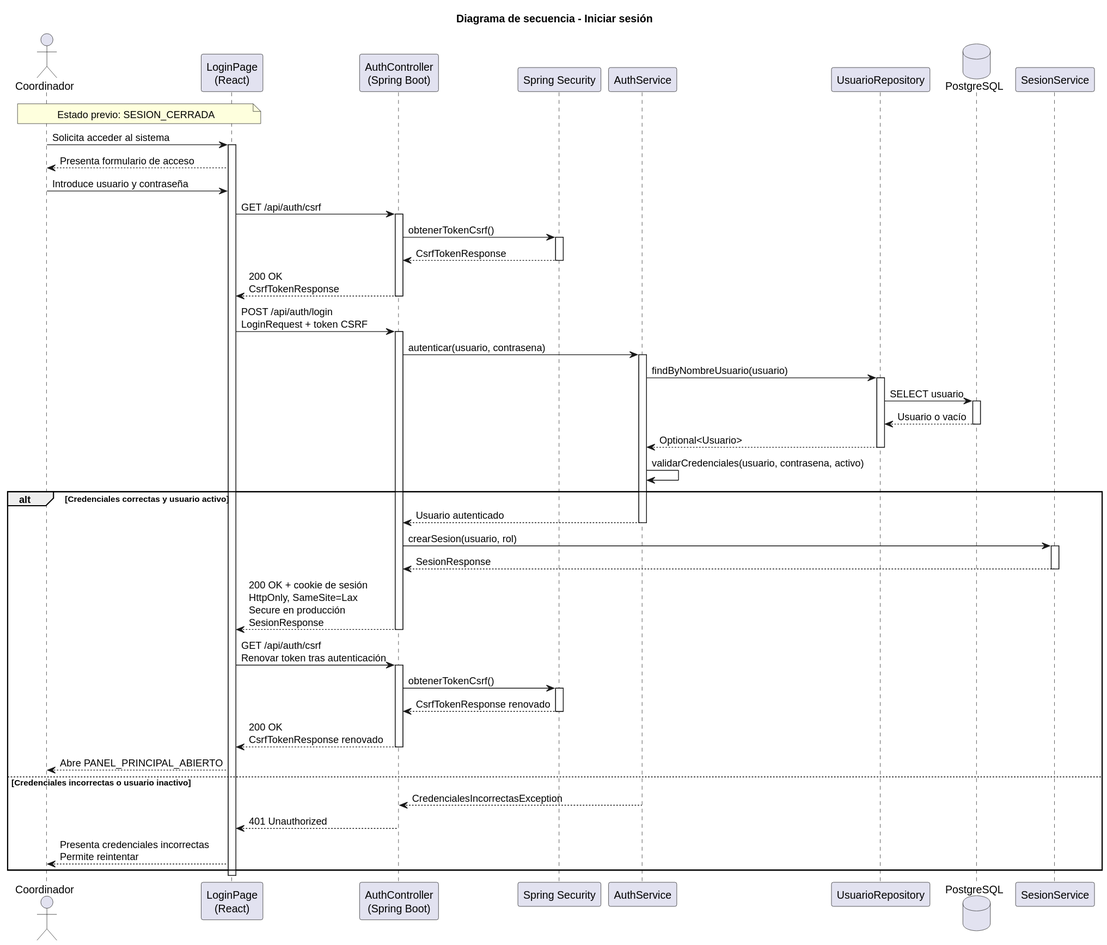
Above: images/RUP/02-diseño/casos-uso/coordinador/iniciarSesion/secuencia.svg in beatriizorozco/25-26-idsw2-sdVC (PlantUML), before the change.
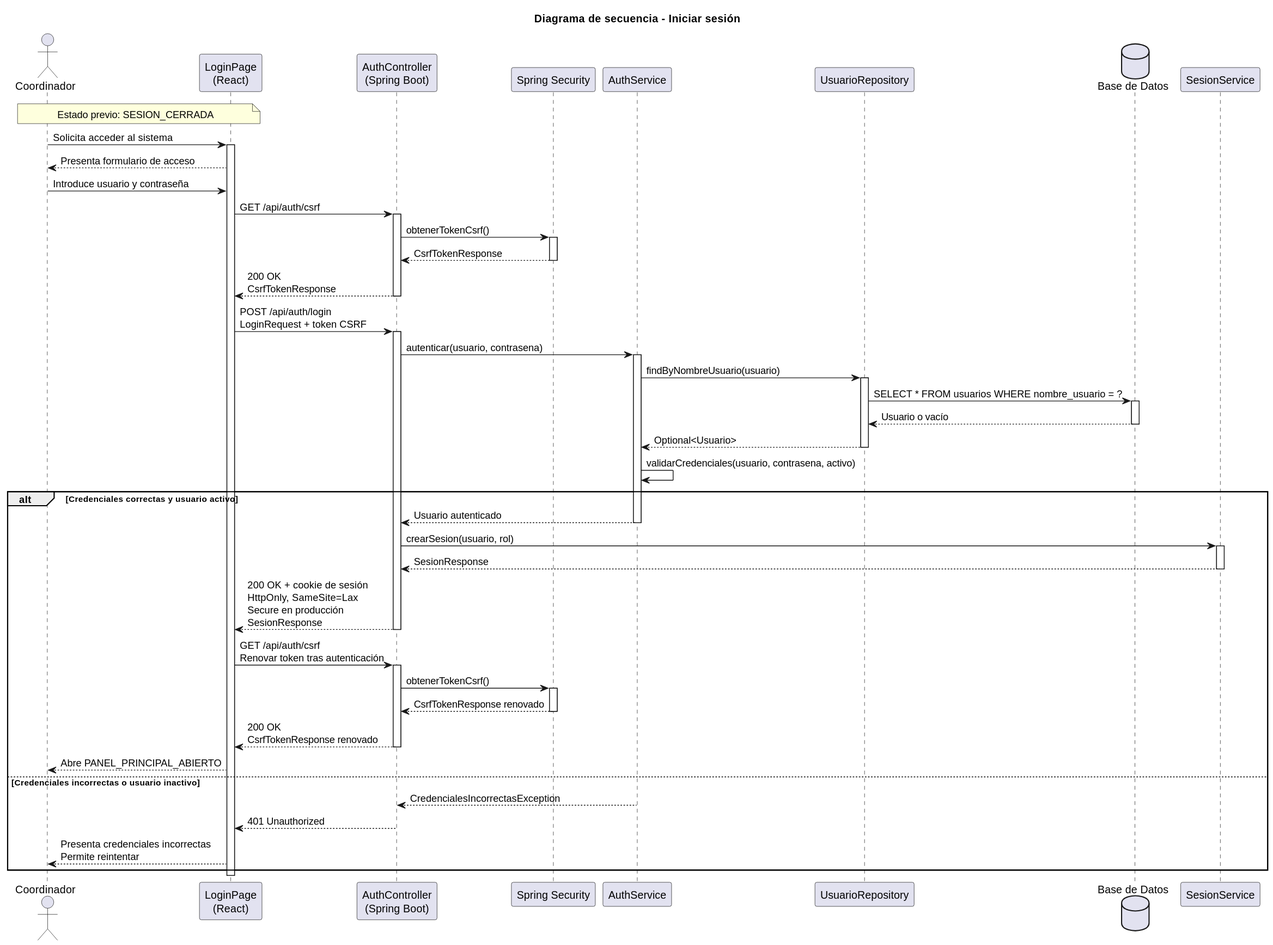
After the commit.

Diff of the diagram source:
```diff
@@ -7,7 +7,7 @@
 participant "Spring Security" as Security
 participant "AuthService" as Auth
 participant "UsuarioRepository" as Repo
-database "PostgreSQL" as Database
+database "Base de Datos" as DB
 participant "SesionService" as Sesion
 
 note over Coordinador, Frontend
@@ -32,10 +32,10 @@
 activate Auth
 Auth -> Repo: findByNombreUsuario(usuario)
 activate Repo
-Repo -> Database: SELECT usuario
-activate Database
-Database --> Repo: Usuario o vacío
-deactivate Database
+Repo -> DB: SELECT * FROM usuarios WHERE nombre_usuario = ?
+activate DB
+DB --> Repo: Usuario o vacío
+deactivate DB
 Repo --> Auth: Optional<Usuario>
 deactivate Repo
 Auth -> Auth: validarCredenciales(usuario, contrasena, activo)
```
